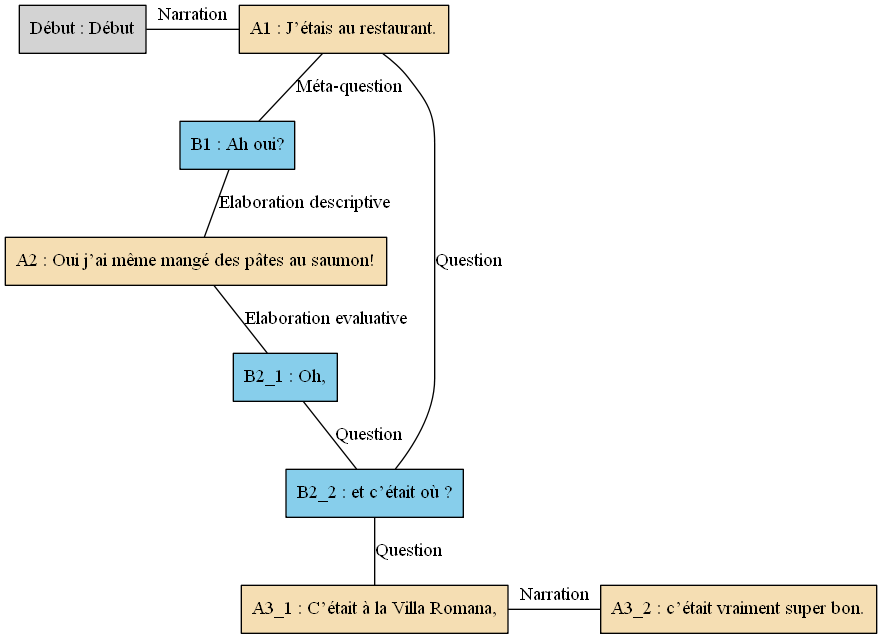
Above: arbres/Bac_a_sable/Bac_a_sable_-_C08.gv.png in AlaixComet/AnnotationSlamPTut (Graphviz), before the change. Its source is kept beside it as arbres/Bac_a_sable/Bac_a_sable_-_C08.gv.
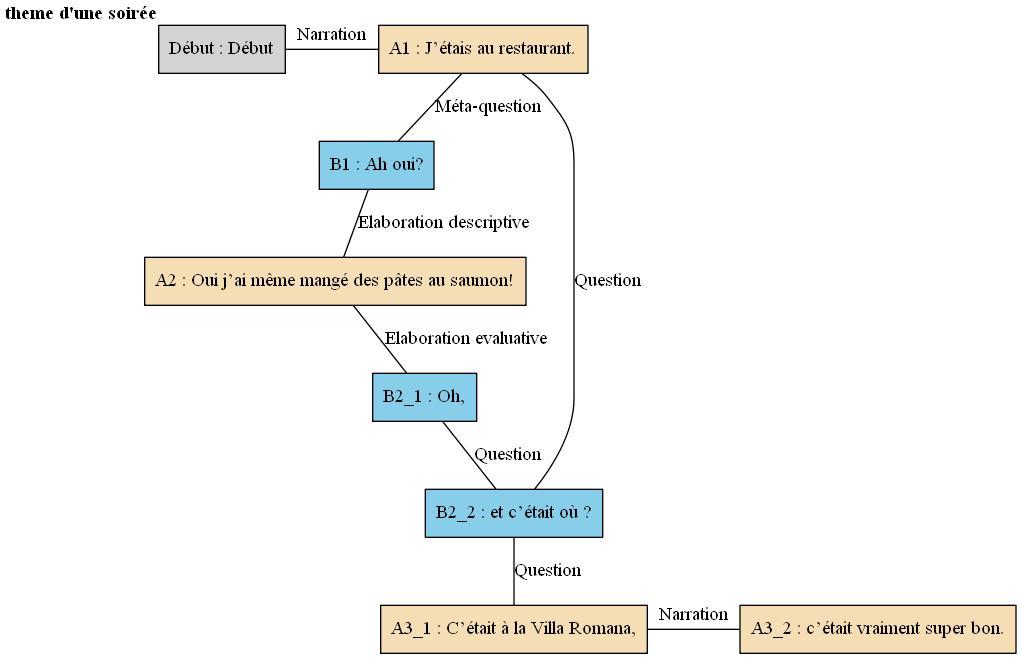
The same diagram one commit later.

Change to the diagram source:
```diff
@@ -1,13 +1,13 @@
 digraph C08 {
 	node [shape=box style=filled]
-	"Début" [label="Début : Début"]
-	A1 [label="A1 : J’étais au restaurant." fillcolor=wheat]
-	B1 [label="B1 : Ah oui?" fillcolor=skyblue]
-	A2 [label="A2 : Oui j’ai même mangé des pâtes au saumon!" fillcolor=wheat]
-	B2_1 [label="B2_1 : Oh," fillcolor=skyblue]
-	B2_2 [label="B2_2 : et c’était où ?" fillcolor=skyblue]
-	A3_1 [label="A3_1 : C’était à la Villa Romana," fillcolor=wheat]
-	A3_2 [label="A3_2 : c’était vraiment super bon." fillcolor=wheat]
+	"Début" [label="Début : Début" xlabel=<<B>theme d'une soirée</B>>]
+	A1 [label="A1 : J’étais au restaurant." fillcolor=wheat xlabel=""]
+	B1 [label="B1 : Ah oui?" fillcolor=skyblue xlabel=""]
+	A2 [label="A2 : Oui j’ai même mangé des pâtes au saumon!" fillcolor=wheat xlabel=""]
+	B2_1 [label="B2_1 : Oh," fillcolor=skyblue xlabel=""]
+	B2_2 [label="B2_2 : et c’était où ?" fillcolor=skyblue xlabel=""]
+	A3_1 [label="A3_1 : C’était à la Villa Romana," fillcolor=wheat xlabel=""]
+	A3_2 [label="A3_2 : c’était vraiment super bon." fillcolor=wheat xlabel=""]
 	{
 		rank=same
 		"Début"
```
